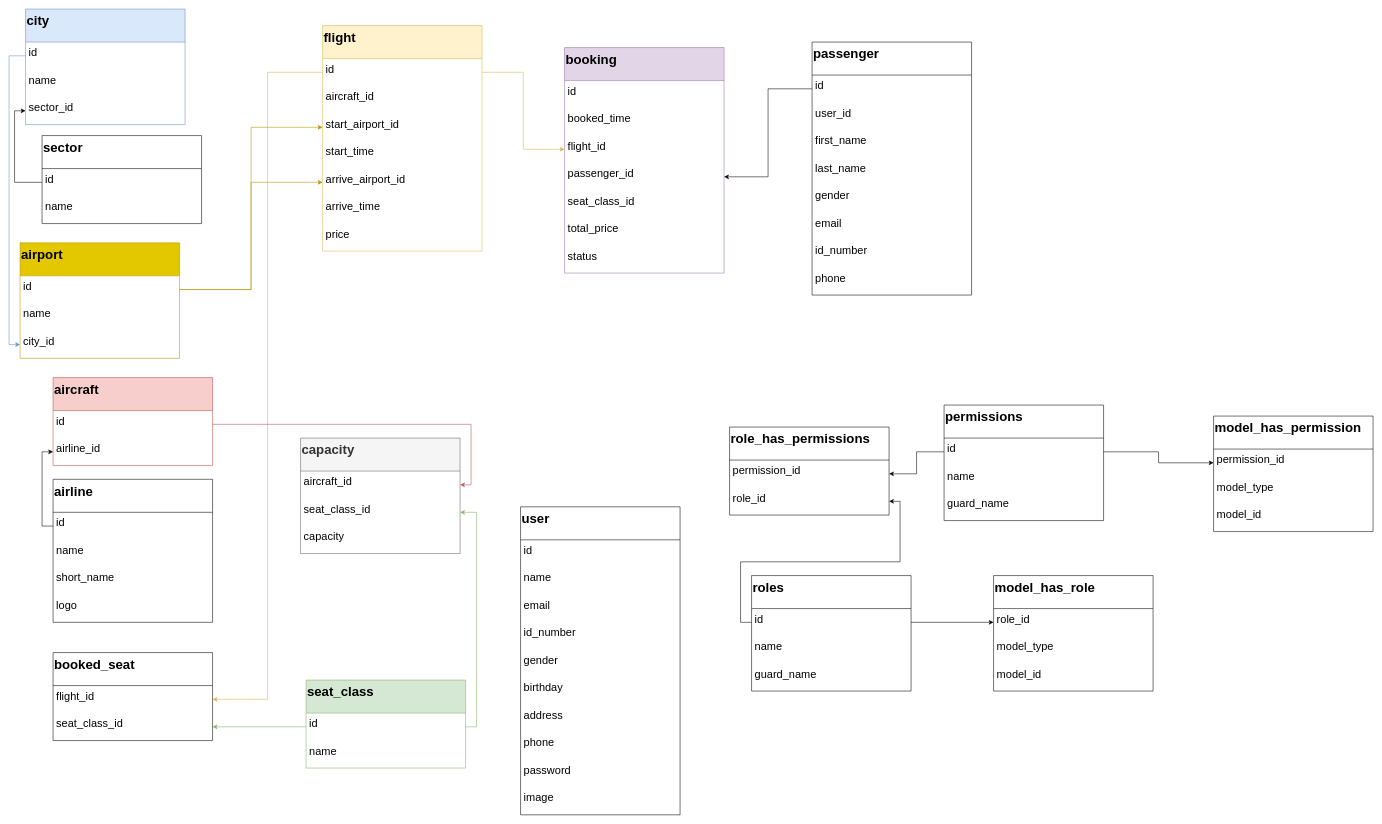
This is page "Page-1" (1 of 2) of Untitled Diagram.drawio from trungkien4723/datvemaybay, a draw.io file, before an edit. Source tidied: cells renumbered, new cells numbered last; positions are measured from the earlier drawing's top-left corner, leaving out a move shared by most shapes. Both pictures are drawn from the tidied source at 55%, with x=0, y=0 at pixel (20, 9).
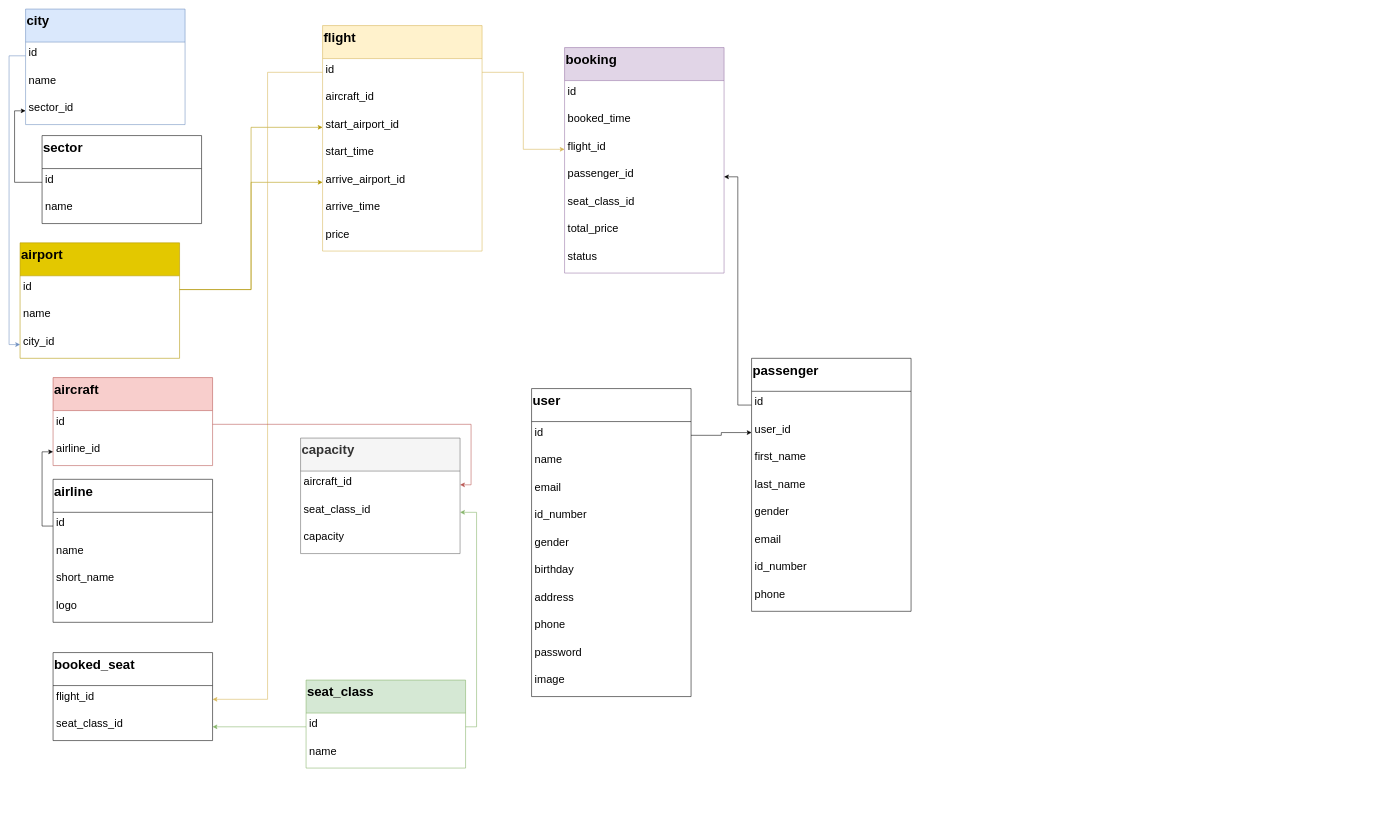
The same page after the edit.

Unchanged cells that the change refers to:
```xml
<mxCell id="47" value="user_id" style="text;strokeColor=none;fillColor=none;align=left;verticalAlign=top;spacingLeft=4;spacingRight=4;overflow=hidden;points=[[0,0.5],[1,0.5]];portConstraint=eastwest;fontSize=20;" parent="45" vertex="1">
  <mxGeometry y="110" width="290" height="50" as="geometry" />
</mxCell>
<mxCell id="68" value="id" style="text;strokeColor=none;fillColor=none;align=left;verticalAlign=top;spacingLeft=4;spacingRight=4;overflow=hidden;points=[[0,0.5],[1,0.5]];portConstraint=eastwest;fontSize=20;" parent="67" vertex="1">
  <mxGeometry y="60" width="290" height="50" as="geometry" />
</mxCell>
```

Diff of the diagram source:
```diff
@@
-    <mxCell id="37" value="model_has_permission" style="swimlane;fontStyle=1;horizontal=1;startSize=60;fontSize=24;strokeColor=#000000;align=left;verticalAlign=top;" parent="1" vertex="1">
-      <mxGeometry x="2170" y="740" width="290" height="210" as="geometry" />
-    </mxCell>
-    <mxCell id="38" value="permission_id" style="text;strokeColor=none;fillColor=none;align=left;verticalAlign=top;spacingLeft=4;spacingRight=4;overflow=hidden;points=[[0,0.5],[1,0.5]];portConstraint=eastwest;fontSize=20;" parent="37" vertex="1">
-      <mxGeometry y="60" width="290" height="50" as="geometry" />
-    </mxCell>
-    <mxCell id="39" value="model_type" style="text;strokeColor=none;fillColor=none;align=left;verticalAlign=top;spacingLeft=4;spacingRight=4;overflow=hidden;fontSize=20;" parent="37" vertex="1">
-      <mxGeometry y="110" width="290" height="50" as="geometry" />
-    </mxCell>
-    <mxCell id="40" value="model_id" style="text;strokeColor=none;fillColor=none;align=left;verticalAlign=top;spacingLeft=4;spacingRight=4;overflow=hidden;fontSize=20;" parent="37" vertex="1">
-      <mxGeometry y="160" width="290" height="50" as="geometry" />
-    </mxCell>
-    <mxCell id="41" value="model_has_role" style="swimlane;fontStyle=1;horizontal=1;startSize=60;fontSize=24;strokeColor=#000000;align=left;verticalAlign=top;" parent="1" vertex="1">
-      <mxGeometry x="1770" y="1030" width="290" height="210" as="geometry" />
-    </mxCell>
-    <mxCell id="42" value="role_id" style="text;strokeColor=none;fillColor=none;align=left;verticalAlign=top;spacingLeft=4;spacingRight=4;overflow=hidden;points=[[0,0.5],[1,0.5]];portConstraint=eastwest;fontSize=20;" parent="41" vertex="1">
-      <mxGeometry y="60" width="290" height="50" as="geometry" />
-    </mxCell>
-    <mxCell id="43" value="model_type" style="text;strokeColor=none;fillColor=none;align=left;verticalAlign=top;spacingLeft=4;spacingRight=4;overflow=hidden;fontSize=20;" parent="41" vertex="1">
-      <mxGeometry y="110" width="290" height="50" as="geometry" />
-    </mxCell>
-    <mxCell id="44" value="model_id" style="text;strokeColor=none;fillColor=none;align=left;verticalAlign=top;spacingLeft=4;spacingRight=4;overflow=hidden;fontSize=20;" parent="41" vertex="1">
-      <mxGeometry y="160" width="290" height="50" as="geometry" />
-    </mxCell>
     <mxCell id="45" value="passenger" style="swimlane;fontStyle=1;horizontal=1;startSize=60;fontSize=24;strokeColor=#000000;align=left;verticalAlign=top;" parent="1" vertex="1">
-      <mxGeometry x="1440" y="60" width="290" height="460" as="geometry" />
+      <mxGeometry x="1330" y="635" width="290" height="460" as="geometry" />
     </mxCell>
@@
-    <mxCell id="54" value="roles" style="swimlane;fontStyle=1;horizontal=1;startSize=60;fontSize=24;strokeColor=#000000;align=left;verticalAlign=top;" parent="1" vertex="1">
-      <mxGeometry x="1330" y="1030" width="290" height="210" as="geometry" />
-    </mxCell>
-    <mxCell id="55" value="id" style="text;strokeColor=none;fillColor=none;align=left;verticalAlign=top;spacingLeft=4;spacingRight=4;overflow=hidden;points=[[0,0.5],[1,0.5]];portConstraint=eastwest;fontSize=20;" parent="54" vertex="1">
-      <mxGeometry y="60" width="290" height="50" as="geometry" />
-    </mxCell>
-    <mxCell id="56" value="name" style="text;strokeColor=none;fillColor=none;align=left;verticalAlign=top;spacingLeft=4;spacingRight=4;overflow=hidden;fontSize=20;" parent="54" vertex="1">
-      <mxGeometry y="110" width="290" height="50" as="geometry" />
-    </mxCell>
-    <mxCell id="57" value="guard_name" style="text;strokeColor=none;fillColor=none;align=left;verticalAlign=top;spacingLeft=4;spacingRight=4;overflow=hidden;fontSize=20;" parent="54" vertex="1">
-      <mxGeometry y="160" width="290" height="50" as="geometry" />
-    </mxCell>
-    <mxCell id="58" value="role_has_permissions" style="swimlane;fontStyle=1;horizontal=1;startSize=60;fontSize=24;strokeColor=#000000;align=left;verticalAlign=top;" parent="1" vertex="1">
-      <mxGeometry x="1290" y="760" width="290" height="160" as="geometry" />
-    </mxCell>
-    <mxCell id="59" value="permission_id" style="text;strokeColor=none;fillColor=none;align=left;verticalAlign=top;spacingLeft=4;spacingRight=4;overflow=hidden;points=[[0,0.5],[1,0.5]];portConstraint=eastwest;fontSize=20;" parent="58" vertex="1">
-      <mxGeometry y="60" width="290" height="50" as="geometry" />
-    </mxCell>
-    <mxCell id="60" value="role_id" style="text;strokeColor=none;fillColor=none;align=left;verticalAlign=top;spacingLeft=4;spacingRight=4;overflow=hidden;points=[[0,0.5],[1,0.5]];portConstraint=eastwest;fontSize=20;" parent="58" vertex="1">
-      <mxGeometry y="110" width="290" height="50" as="geometry" />
-    </mxCell>
@@
     <mxCell id="67" value="user" style="swimlane;fontStyle=1;horizontal=1;startSize=60;fontSize=24;strokeColor=#000000;align=left;verticalAlign=top;" parent="1" vertex="1">
-      <mxGeometry x="910" y="905" width="290" height="560" as="geometry" />
+      <mxGeometry x="930" y="690" width="290" height="560" as="geometry" />
     </mxCell>
@@
-    <mxCell id="78" style="edgeStyle=orthogonalEdgeStyle;rounded=0;jettySize=auto;html=1;exitX=1;exitY=0.5;exitDx=0;exitDy=0;entryX=0;entryY=0.5;entryDx=0;entryDy=0;fontSize=20;" parent="1" edge="1" source="80" target="38">
-      <mxGeometry relative="1" as="geometry" />
-    </mxCell>
-    <mxCell id="79" value="permissions" style="swimlane;fontStyle=1;horizontal=1;startSize=60;fontSize=24;strokeColor=#000000;align=left;verticalAlign=top;" parent="1" vertex="1">
-      <mxGeometry x="1680" y="720" width="290" height="210" as="geometry" />
-    </mxCell>
-    <mxCell id="80" value="id" style="text;strokeColor=none;fillColor=none;align=left;verticalAlign=top;spacingLeft=4;spacingRight=4;overflow=hidden;points=[[0,0.5],[1,0.5]];portConstraint=eastwest;fontSize=20;" parent="79" vertex="1">
-      <mxGeometry y="60" width="290" height="50" as="geometry" />
-    </mxCell>
-    <mxCell id="81" value="name" style="text;strokeColor=none;fillColor=none;align=left;verticalAlign=top;spacingLeft=4;spacingRight=4;overflow=hidden;fontSize=20;" parent="79" vertex="1">
-      <mxGeometry y="110" width="290" height="50" as="geometry" />
-    </mxCell>
-    <mxCell id="82" value="guard_name" style="text;strokeColor=none;fillColor=none;align=left;verticalAlign=top;spacingLeft=4;spacingRight=4;overflow=hidden;fontSize=20;" parent="79" vertex="1">
-      <mxGeometry y="160" width="290" height="50" as="geometry" />
-    </mxCell>
-    <mxCell id="83" style="edgeStyle=orthogonalEdgeStyle;rounded=0;jettySize=auto;html=1;exitX=0;exitY=0.5;exitDx=0;exitDy=0;fontSize=20;" parent="1" edge="1" source="80" target="59">
-      <mxGeometry relative="1" as="geometry" />
-    </mxCell>
-    <mxCell id="84" style="edgeStyle=orthogonalEdgeStyle;rounded=0;jettySize=auto;html=1;exitX=1;exitY=0.5;exitDx=0;exitDy=0;fontSize=20;" parent="1" edge="1" source="55" target="42">
-      <mxGeometry relative="1" as="geometry" />
-    </mxCell>
-    <mxCell id="85" style="edgeStyle=orthogonalEdgeStyle;rounded=0;jettySize=auto;html=1;exitX=0;exitY=0.5;exitDx=0;exitDy=0;fontSize=20;" parent="1" edge="1" source="55" target="60">
-      <mxGeometry relative="1" as="geometry" />
-    </mxCell>
@@
+    <mxCell id="101" style="edgeStyle=orthogonalEdgeStyle;rounded=0;jettySize=auto;html=1;entryX=0;entryY=0.5;entryDx=0;entryDy=0;" parent="1" edge="1" source="68" target="47">
+      <mxGeometry relative="1" as="geometry" />
+    </mxCell>
```
